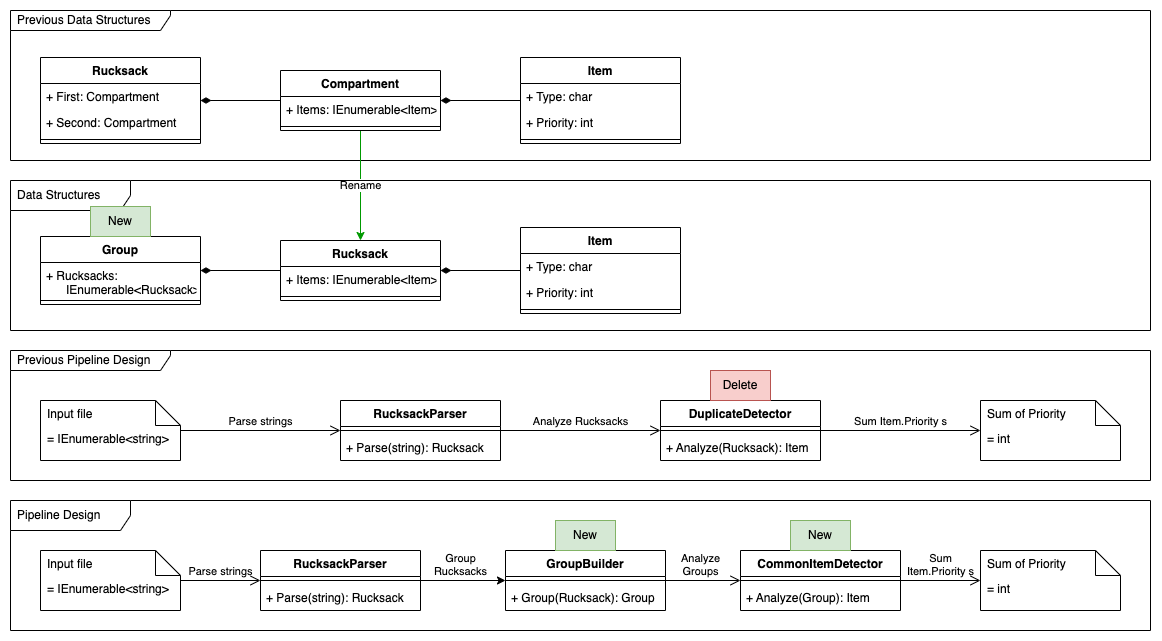
wonderbirds-katas/AdventOfCode2022 keeps this draw.io diagram as Day03RucksackReorganization/design.drawio.png. Above is the earlier version. Source tidied: cells renumbered, new cells last; positions are measured from the earlier drawing's top-left corner, leaving out a move shared by most shapes.
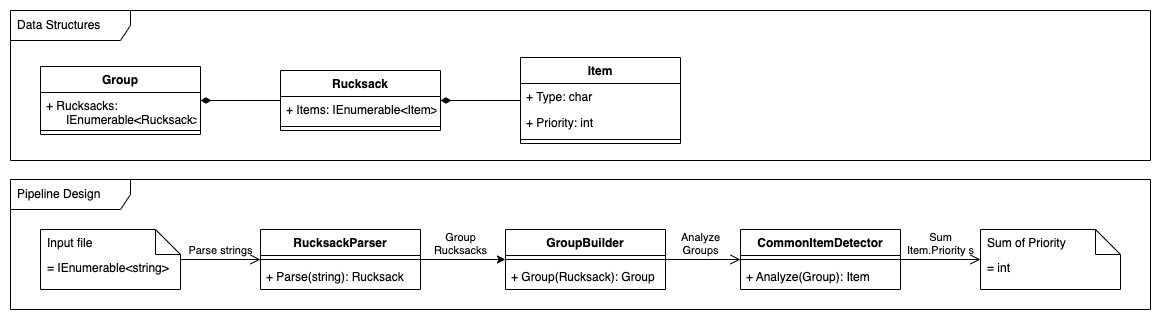
Later version of the same file.

Commit message:
docs: remove old diagram parts

Change to the diagram source:
```diff
@@ -3,98 +3,11 @@
     <mxCell id="0" />
     <mxCell id="1" parent="0" />
     <mxCell id="2" style="rounded=0;whiteSpace=wrap;html=1;fillStyle=auto;strokeColor=none;" parent="1" vertex="1">
-      <mxGeometry width="1160" height="640" as="geometry" />
+      <mxGeometry y="321" width="1160" height="320" as="geometry" />
     </mxCell>
-    <mxCell id="3" value="Previous Data Structures" style="shape=umlFrame;whiteSpace=wrap;html=1;width=160;height=20;boundedLbl=1;verticalAlign=middle;align=left;spacingLeft=5;fillStyle=auto;" parent="1" vertex="1">
-      <mxGeometry x="10" y="10" width="1140" height="150" as="geometry" />
-    </mxCell>
-    <mxCell id="4" value="Previous Pipeline Design" style="shape=umlFrame;whiteSpace=wrap;html=1;width=160;height=20;boundedLbl=1;verticalAlign=middle;align=left;spacingLeft=5;fillStyle=auto;" parent="1" vertex="1">
-      <mxGeometry x="10" y="350" width="1140" height="130" as="geometry" />
-    </mxCell>
     <mxCell id="5" value="Pipeline Design" style="shape=umlFrame;whiteSpace=wrap;html=1;width=120;height=30;boundedLbl=1;verticalAlign=middle;align=left;spacingLeft=5;fillStyle=auto;" parent="1" vertex="1">
       <mxGeometry x="10" y="500" width="1140" height="130" as="geometry" />
     </mxCell>
-    <mxCell id="6" value="Rucksack" style="swimlane;fontStyle=1;align=center;verticalAlign=top;horizontal=1;startSize=26;" parent="1" vertex="1">
-      <mxGeometry x="40" y="57" width="160" height="86" as="geometry" />
-    </mxCell>
-    <mxCell id="7" value="+ First: Compartment" style="text;strokeColor=none;fillColor=none;align=left;verticalAlign=top;spacingLeft=4;spacingRight=4;overflow=hidden;" parent="6" vertex="1">
-      <mxGeometry y="26" width="160" height="26" as="geometry" />
-    </mxCell>
-    <mxCell id="8" value="+ Second: Compartment" style="text;strokeColor=none;fillColor=none;align=left;verticalAlign=top;spacingLeft=4;spacingRight=4;overflow=hidden;" parent="6" vertex="1">
-      <mxGeometry y="52" width="160" height="26" as="geometry" />
-    </mxCell>
-    <mxCell id="9" style="line;strokeWidth=1;fillColor=none;align=left;verticalAlign=middle;spacingTop=-1;spacingLeft=3;spacingRight=3;labelPosition=right;strokeColor=inherit;" parent="6" vertex="1">
-      <mxGeometry y="78" width="160" height="8" as="geometry" />
-    </mxCell>
-    <mxCell id="10" value="Rename" style="edgeStyle=none;rounded=0;jettySize=auto;html=1;strokeColor=#009900;" parent="1" edge="1" source="11" target="54">
-      <mxGeometry relative="1" as="geometry" />
-    </mxCell>
-    <mxCell id="11" value="Compartment" style="swimlane;fontStyle=1;align=center;verticalAlign=top;horizontal=1;startSize=26;" parent="1" vertex="1">
-      <mxGeometry x="280" y="70" width="160" height="60" as="geometry" />
-    </mxCell>
-    <mxCell id="12" value="+ Items: IEnumerable&lt;Item&gt;" style="text;strokeColor=none;fillColor=none;align=left;verticalAlign=top;spacingLeft=4;spacingRight=4;overflow=hidden;" parent="11" vertex="1">
-      <mxGeometry y="26" width="160" height="26" as="geometry" />
-    </mxCell>
-    <mxCell id="13" style="line;strokeWidth=1;fillColor=none;align=left;verticalAlign=middle;spacingTop=-1;spacingLeft=3;spacingRight=3;labelPosition=right;strokeColor=inherit;" parent="11" vertex="1">
-      <mxGeometry y="52" width="160" height="8" as="geometry" />
-    </mxCell>
-    <mxCell id="14" style="endArrow=none;startArrow=diamondThin;endFill=0;startFill=1;html=1;verticalAlign=bottom;labelBackgroundColor=none;strokeWidth=1;startSize=8;endSize=8;rounded=0;" parent="1" edge="1" source="6" target="11">
-      <mxGeometry relative="1" as="geometry" />
-    </mxCell>
-    <mxCell id="15" value="Item" style="swimlane;fontStyle=1;align=center;verticalAlign=top;horizontal=1;startSize=26;" parent="1" vertex="1">
-      <mxGeometry x="520" y="57" width="160" height="86" as="geometry" />
-    </mxCell>
-    <mxCell id="16" value="+ Type: char" style="text;strokeColor=none;fillColor=none;align=left;verticalAlign=top;spacingLeft=4;spacingRight=4;overflow=hidden;" parent="15" vertex="1">
-      <mxGeometry y="26" width="160" height="26" as="geometry" />
-    </mxCell>
-    <mxCell id="17" value="+ Priority: int" style="text;strokeColor=none;fillColor=none;align=left;verticalAlign=top;spacingLeft=4;spacingRight=4;overflow=hidden;" parent="15" vertex="1">
-      <mxGeometry y="52" width="160" height="26" as="geometry" />
-    </mxCell>
-    <mxCell id="18" style="line;strokeWidth=1;fillColor=none;align=left;verticalAlign=middle;spacingTop=-1;spacingLeft=3;spacingRight=3;labelPosition=right;strokeColor=inherit;" parent="15" vertex="1">
-      <mxGeometry y="78" width="160" height="8" as="geometry" />
-    </mxCell>
-    <mxCell id="19" style="endArrow=none;startArrow=diamondThin;endFill=0;startFill=1;html=1;verticalAlign=bottom;labelBackgroundColor=none;strokeWidth=1;startSize=8;endSize=8;rounded=0;" parent="1" edge="1" source="11" target="15">
-      <mxGeometry relative="1" as="geometry" />
-    </mxCell>
-    <mxCell id="20" value="RucksackParser" style="swimlane;fontStyle=1;align=center;verticalAlign=top;horizontal=1;startSize=26;" parent="1" vertex="1">
-      <mxGeometry x="340" y="400" width="160" height="60" as="geometry" />
-    </mxCell>
-    <mxCell id="21" style="line;strokeWidth=1;fillColor=none;align=left;verticalAlign=middle;spacingTop=-1;spacingLeft=3;spacingRight=3;labelPosition=right;strokeColor=inherit;" parent="20" vertex="1">
-      <mxGeometry y="26" width="160" height="8" as="geometry" />
-    </mxCell>
-    <mxCell id="22" value="+ Parse(string): Rucksack" style="text;strokeColor=none;fillColor=none;align=left;verticalAlign=top;spacingLeft=4;spacingRight=4;overflow=hidden;" parent="20" vertex="1">
-      <mxGeometry y="34" width="160" height="26" as="geometry" />
-    </mxCell>
-    <mxCell id="23" value="= IEnumerable&amp;lt;string&amp;gt;" style="shape=note2;boundedLbl=1;whiteSpace=wrap;html=1;size=25;verticalAlign=top;align=left;spacingLeft=5;" parent="1" vertex="1">
-      <mxGeometry x="40" y="400" width="140" height="60" as="geometry" />
-    </mxCell>
-    <mxCell id="24" value="Input file" style="strokeColor=none;fillColor=none;align=left;spacingLeft=5;" parent="23" vertex="1">
-      <mxGeometry width="140" height="25" relative="1" as="geometry" />
-    </mxCell>
-    <mxCell id="25" value="Parse strings" style="endArrow=open;startArrow=none;endFill=0;startFill=0;endSize=8;html=1;verticalAlign=bottom;labelBackgroundColor=none;strokeWidth=1;rounded=0;" parent="1" edge="1" source="23" target="20">
-      <mxGeometry relative="1" as="geometry" />
-    </mxCell>
-    <mxCell id="26" value="DuplicateDetector" style="swimlane;fontStyle=1;align=center;verticalAlign=top;horizontal=1;startSize=26;" parent="1" vertex="1">
-      <mxGeometry x="660" y="400" width="160" height="60" as="geometry" />
-    </mxCell>
-    <mxCell id="27" style="line;strokeWidth=1;fillColor=none;align=left;verticalAlign=middle;spacingTop=-1;spacingLeft=3;spacingRight=3;labelPosition=right;strokeColor=inherit;" parent="26" vertex="1">
-      <mxGeometry y="26" width="160" height="8" as="geometry" />
-    </mxCell>
-    <mxCell id="28" value="+ Analyze(Rucksack): Item" style="text;strokeColor=none;fillColor=none;align=left;verticalAlign=top;spacingLeft=4;spacingRight=4;overflow=hidden;" parent="26" vertex="1">
-      <mxGeometry y="34" width="160" height="26" as="geometry" />
-    </mxCell>
-    <mxCell id="29" value="Analyze Rucksacks" style="endArrow=open;startArrow=none;endFill=0;startFill=0;endSize=8;html=1;verticalAlign=bottom;labelBackgroundColor=none;strokeWidth=1;rounded=0;" parent="1" edge="1" source="20" target="26">
-      <mxGeometry relative="1" as="geometry" />
-    </mxCell>
-    <mxCell id="30" value="Sum Item.Priority s" style="endArrow=open;startArrow=none;endFill=0;startFill=0;endSize=8;html=1;verticalAlign=bottom;labelBackgroundColor=none;strokeWidth=1;rounded=0;" parent="1" edge="1" source="26" target="31">
-      <mxGeometry relative="1" as="geometry" />
-    </mxCell>
-    <mxCell id="31" value="= int" style="shape=note2;boundedLbl=1;whiteSpace=wrap;html=1;size=25;verticalAlign=top;align=left;spacingLeft=5;" parent="1" vertex="1">
-      <mxGeometry x="980" y="400" width="140" height="60" as="geometry" />
-    </mxCell>
-    <mxCell id="32" value="Sum of Priority" style="strokeColor=none;fillColor=none;align=left;spacingLeft=5;" parent="31" vertex="1">
-      <mxGeometry width="140" height="25" relative="1" as="geometry" />
-    </mxCell>
     <mxCell id="33" value="Group&lt;br&gt;Rucksacks" style="rounded=0;jettySize=auto;html=1;verticalAlign=bottom;" parent="1" edge="1" source="34" target="47">
       <mxGeometry x="-0.06" relative="1" as="geometry" />
     </mxCell>
@@ -147,10 +60,10 @@
       <mxGeometry y="34" width="160" height="26" as="geometry" />
     </mxCell>
     <mxCell id="50" value="Data Structures" style="shape=umlFrame;whiteSpace=wrap;html=1;width=120;height=30;boundedLbl=1;verticalAlign=middle;align=left;spacingLeft=5;fillStyle=auto;" parent="1" vertex="1">
-      <mxGeometry x="10" y="180" width="1140" height="150" as="geometry" />
+      <mxGeometry x="10" y="331" width="1140" height="150" as="geometry" />
     </mxCell>
     <mxCell id="51" value="Group" style="swimlane;fontStyle=1;align=center;verticalAlign=top;horizontal=1;startSize=26;" parent="1" vertex="1">
-      <mxGeometry x="40" y="236" width="160" height="68" as="geometry" />
+      <mxGeometry x="40" y="387" width="160" height="68" as="geometry" />
     </mxCell>
     <mxCell id="52" value="+ Rucksacks:&#10;      IEnumerable&lt;Rucksack&gt;" style="text;strokeColor=none;fillColor=none;align=left;verticalAlign=top;spacingLeft=4;spacingRight=4;overflow=hidden;" parent="51" vertex="1">
       <mxGeometry y="26" width="160" height="34" as="geometry" />
@@ -159,7 +72,7 @@
       <mxGeometry y="60" width="160" height="8" as="geometry" />
     </mxCell>
     <mxCell id="54" value="Rucksack" style="swimlane;fontStyle=1;align=center;verticalAlign=top;horizontal=1;startSize=26;" parent="1" vertex="1">
-      <mxGeometry x="280" y="240" width="160" height="60" as="geometry" />
+      <mxGeometry x="280" y="391" width="160" height="60" as="geometry" />
     </mxCell>
     <mxCell id="55" value="+ Items: IEnumerable&lt;Item&gt;" style="text;strokeColor=none;fillColor=none;align=left;verticalAlign=top;spacingLeft=4;spacingRight=4;overflow=hidden;" parent="54" vertex="1">
       <mxGeometry y="26" width="160" height="26" as="geometry" />
@@ -171,7 +84,7 @@
       <mxGeometry relative="1" as="geometry" />
     </mxCell>
     <mxCell id="58" value="Item" style="swimlane;fontStyle=1;align=center;verticalAlign=top;horizontal=1;startSize=26;" parent="1" vertex="1">
-      <mxGeometry x="520" y="227" width="160" height="86" as="geometry" />
+      <mxGeometry x="520" y="378" width="160" height="86" as="geometry" />
     </mxCell>
     <mxCell id="59" value="+ Type: char" style="text;strokeColor=none;fillColor=none;align=left;verticalAlign=top;spacingLeft=4;spacingRight=4;overflow=hidden;" parent="58" vertex="1">
       <mxGeometry y="26" width="160" height="26" as="geometry" />
@@ -185,17 +98,5 @@
     <mxCell id="62" style="endArrow=none;startArrow=diamondThin;endFill=0;startFill=1;html=1;verticalAlign=bottom;labelBackgroundColor=none;strokeWidth=1;startSize=8;endSize=8;rounded=0;" parent="1" edge="1" source="54" target="58">
       <mxGeometry relative="1" as="geometry" />
     </mxCell>
-    <mxCell id="63" value="Delete" style="text;html=1;strokeColor=#b85450;fillColor=#f8cecc;align=center;verticalAlign=middle;whiteSpace=wrap;rounded=0;" parent="1" vertex="1">
-      <mxGeometry x="710" y="370" width="60" height="30" as="geometry" />
-    </mxCell>
-    <mxCell id="64" value="New" style="text;html=1;strokeColor=#82b366;fillColor=#d5e8d4;align=center;verticalAlign=middle;whiteSpace=wrap;rounded=0;" parent="1" vertex="1">
-      <mxGeometry x="555" y="520" width="60" height="30" as="geometry" />
-    </mxCell>
-    <mxCell id="65" value="New" style="text;html=1;strokeColor=#82b366;fillColor=#d5e8d4;align=center;verticalAlign=middle;whiteSpace=wrap;rounded=0;" parent="1" vertex="1">
-      <mxGeometry x="790" y="520" width="60" height="30" as="geometry" />
-    </mxCell>
-    <mxCell id="66" value="New" style="text;html=1;strokeColor=#82b366;fillColor=#d5e8d4;align=center;verticalAlign=middle;whiteSpace=wrap;rounded=0;" parent="1" vertex="1">
-      <mxGeometry x="90" y="206" width="60" height="30" as="geometry" />
-    </mxCell>
   </root>
 </mxGraphModel>
```
